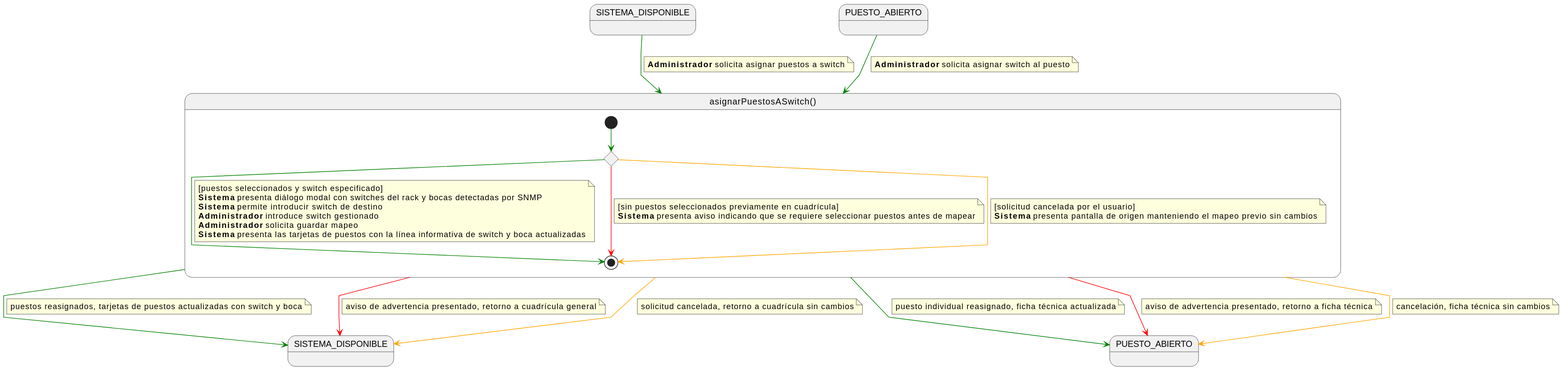
Carlos-Lima2510/mesh-panel keeps this PlantUML diagram as images/01-requisitos/01-detalle-casos-uso/asignarPuestosASwitch/especificacion.svg. Above is the earlier version. Source of this version:
```plantuml
@startuml
skinparam linetype polyline

state SISTEMA_DISPONIBLE
state PUESTO_ABIERTO
state SISTEMA_DISPONIBLE_SALIDA as "SISTEMA_DISPONIBLE"
state PUESTO_ABIERTO_SALIDA as "PUESTO_ABIERTO"

SISTEMA_DISPONIBLE -[#green]-> asignarPuestosASwitch
note on link
<b>Administrador</b> solicita asignar puestos a switch
end note

PUESTO_ABIERTO -[#green]-> asignarPuestosASwitch
note on link
<b>Administrador</b> solicita asignar switch al puesto
end note

state asignarPuestosASwitch as "asignarPuestosASwitch()" {

    state c <<choice>>

    [*] -[#green]-> c

    c -[#green]-> [*]
    note on link
    [puestos seleccionados y switch especificado]
    <b>Sistema</b> presenta diálogo modal con switches del rack y bocas detectadas por SNMP
    <b>Sistema</b> permite introducir switch de destino
    <b>Administrador</b> introduce switch gestionado
    <b>Administrador</b> solicita guardar mapeo
    <b>Sistema</b> presenta las tarjetas de puestos con la línea informativa de switch y boca actualizadas
    end note

    c -[#red]-> [*]
    note on link
    [sin puestos seleccionados previamente en cuadrícula]
    <b>Sistema</b> presenta aviso indicando que se requiere seleccionar puestos antes de mapear
    end note

    c -[#orange]-> [*]
    note on link
    [solicitud cancelada por el usuario]
    <b>Sistema</b> presenta pantalla de origen manteniendo el mapeo previo sin cambios
    end note
}

asignarPuestosASwitch -[#green]-> SISTEMA_DISPONIBLE_SALIDA
note on link
puestos reasignados, tarjetas de puestos actualizadas con switch y boca
end note

asignarPuestosASwitch -[#red]-> SISTEMA_DISPONIBLE_SALIDA
note on link
aviso de advertencia presentado, retorno a cuadrícula general
end note

asignarPuestosASwitch -[#orange]-> SISTEMA_DISPONIBLE_SALIDA
note on link
solicitud cancelada, retorno a cuadrícula sin cambios
end note

asignarPuestosASwitch -[#green]-> PUESTO_ABIERTO_SALIDA
note on link
puesto individual reasignado, ficha técnica actualizada
end note

asignarPuestosASwitch -[#red]-> PUESTO_ABIERTO_SALIDA
note on link
aviso de advertencia presentado, retorno a ficha técnica
end note

asignarPuestosASwitch -[#orange]-> PUESTO_ABIERTO_SALIDA
note on link
cancelación, ficha técnica sin cambios
end note
@enduml
```
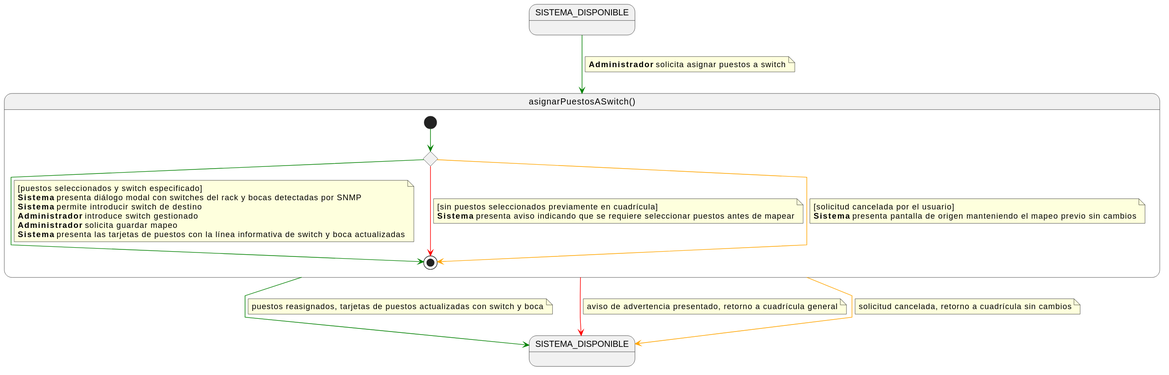
Above is the later version.

The edit, as a diff of the source:
```diff
@@ -2,18 +2,11 @@
 skinparam linetype polyline
 
 state SISTEMA_DISPONIBLE
-state PUESTO_ABIERTO
 state SISTEMA_DISPONIBLE_SALIDA as "SISTEMA_DISPONIBLE"
-state PUESTO_ABIERTO_SALIDA as "PUESTO_ABIERTO"
 
 SISTEMA_DISPONIBLE -[#green]-> asignarPuestosASwitch
 note on link
 <b>Administrador</b> solicita asignar puestos a switch
-end note
-
-PUESTO_ABIERTO -[#green]-> asignarPuestosASwitch
-note on link
-<b>Administrador</b> solicita asignar switch al puesto
 end note
 
 state asignarPuestosASwitch as "asignarPuestosASwitch()" {
@@ -59,19 +52,4 @@
 note on link
 solicitud cancelada, retorno a cuadrícula sin cambios
 end note
-
-asignarPuestosASwitch -[#green]-> PUESTO_ABIERTO_SALIDA
-note on link
-puesto individual reasignado, ficha técnica actualizada
-end note
-
-asignarPuestosASwitch -[#red]-> PUESTO_ABIERTO_SALIDA
-note on link
-aviso de advertencia presentado, retorno a ficha técnica
-end note
-
-asignarPuestosASwitch -[#orange]-> PUESTO_ABIERTO_SALIDA
-note on link
-cancelación, ficha técnica sin cambios
-end note
 @enduml
```
